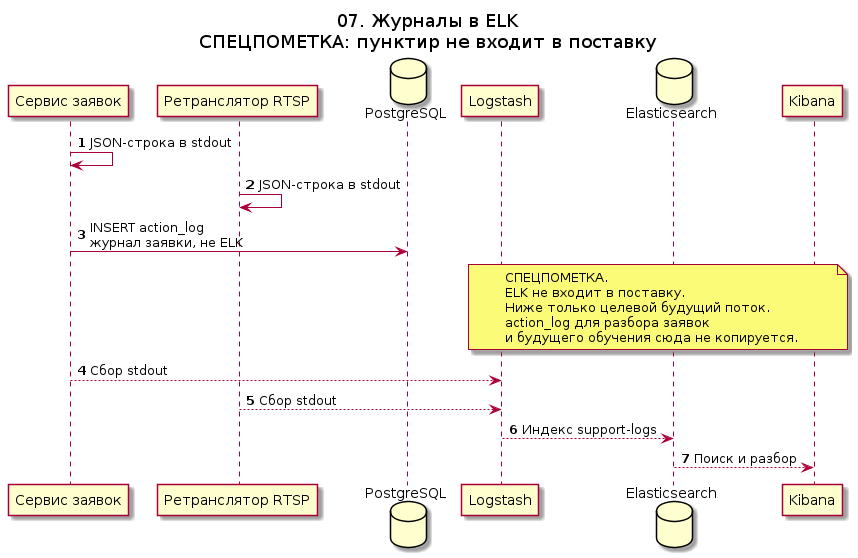
Before: docs/uml/07-log-shipping.png, a diagram exported from PlantUML (atroxxxxxx/team-viewer). Its source is kept beside it as docs/uml/07-log-shipping.puml. The source it was exported from:
```plantuml
@startuml 07-log-shipping
title 07. Журналы в ELK\nСПЕЦПОМЕТКА: пунктир не входит в поставку
skinparam defaultFontName DejaVu Sans
skinparam sequenceMessageAlign left
autonumber

participant "Сервис заявок" as Tickets
participant "Ретранслятор RTSP" as Relay
database "PostgreSQL" as DB
participant "Logstash" as Logstash
database "Elasticsearch" as Elastic
participant "Kibana" as Kibana

Tickets -> Tickets : JSON-строка в stdout
Relay -> Relay : JSON-строка в stdout
Tickets -> DB : INSERT action_log\nжурнал заявки, не ELK

note over Logstash, Kibana
  СПЕЦПОМЕТКА.
  ELK не входит в поставку.
  Ниже только целевой будущий поток.
  action_log для разбора заявок
  и будущего обучения сюда не копируется.
end note

Tickets --> Logstash : Сбор stdout
Relay --> Logstash : Сбор stdout
Logstash --> Elastic : Индекс support-logs
Elastic --> Kibana : Поиск и разбор
@enduml
```
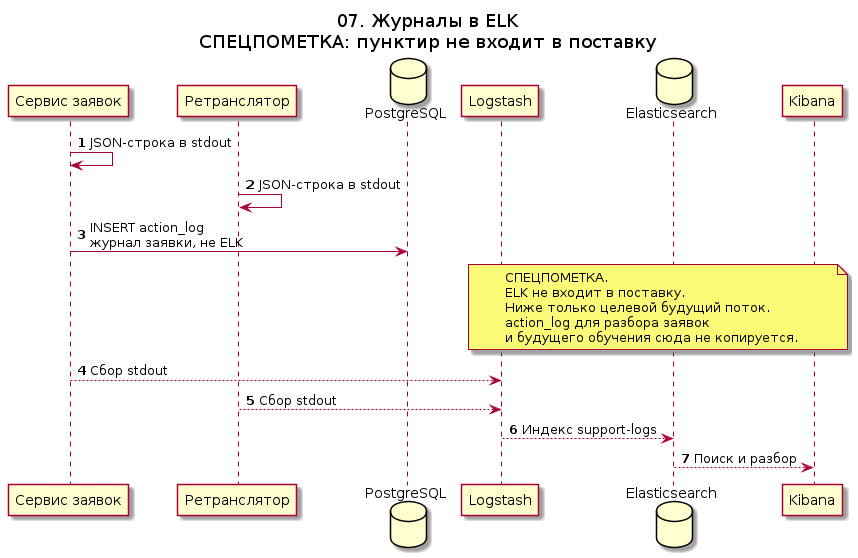
After the commit.

Change to the diagram source:
```diff
@@ -5,7 +5,7 @@
 autonumber
 
 participant "Сервис заявок" as Tickets
-participant "Ретранслятор RTSP" as Relay
+participant "Ретранслятор" as Relay
 database "PostgreSQL" as DB
 participant "Logstash" as Logstash
 database "Elasticsearch" as Elastic
```
